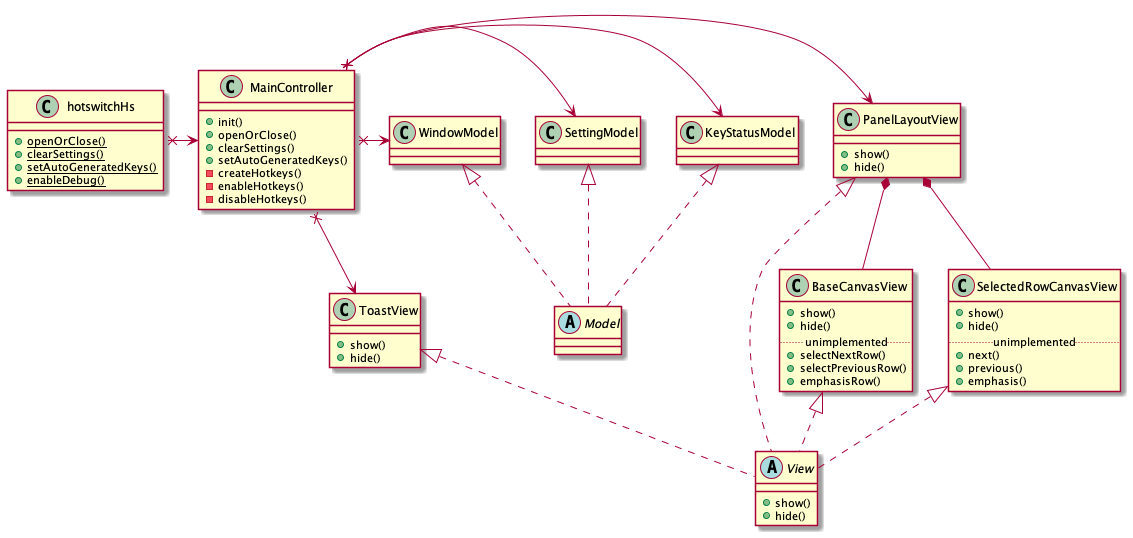
oniatsu/HotSwitch-HS keeps this PlantUML diagram as uml/hotswitch-hs.png. Above is the earlier version.
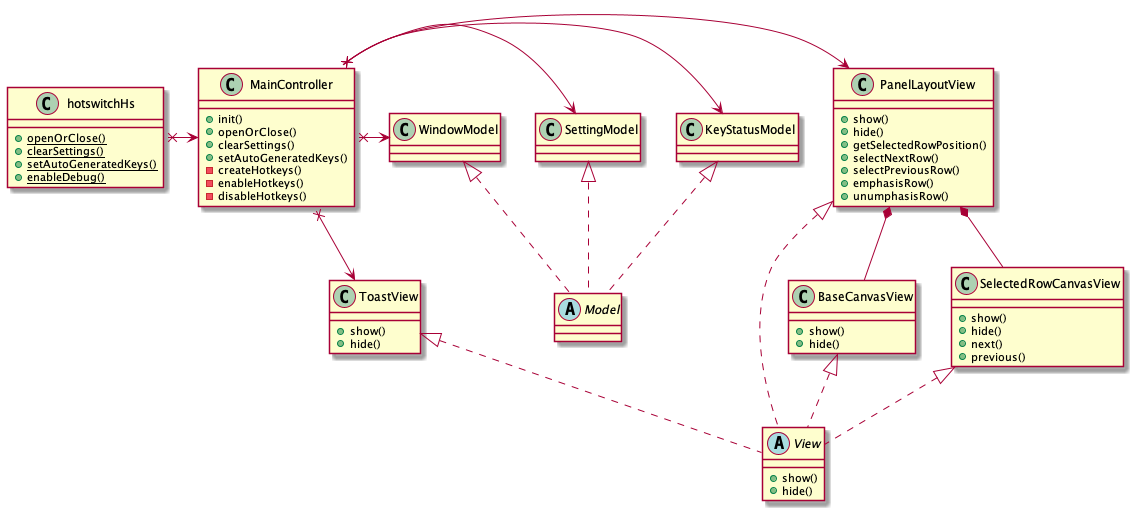
Above is the later version.

Change to the diagram source:
```diff
@@ -15,22 +15,21 @@
 class PanelLayoutView {
     +show()
     +hide()
+    +getSelectedRowPosition()
+    +selectNextRow()
+    +selectPreviousRow()
+    +emphasisRow()
+    +unumphasisRow()
 }
 class BaseCanvasView {
     +show()
     +hide()
-    ..unimplemented..
-    +selectNextRow()
-    +selectPreviousRow()
-    +emphasisRow()
 }
 class SelectedRowCanvasView {
     +show()
     +hide()
-    ..unimplemented..
     +next()
     +previous()
-    +emphasis()
 }
 class ToastView {
     +show()
```
